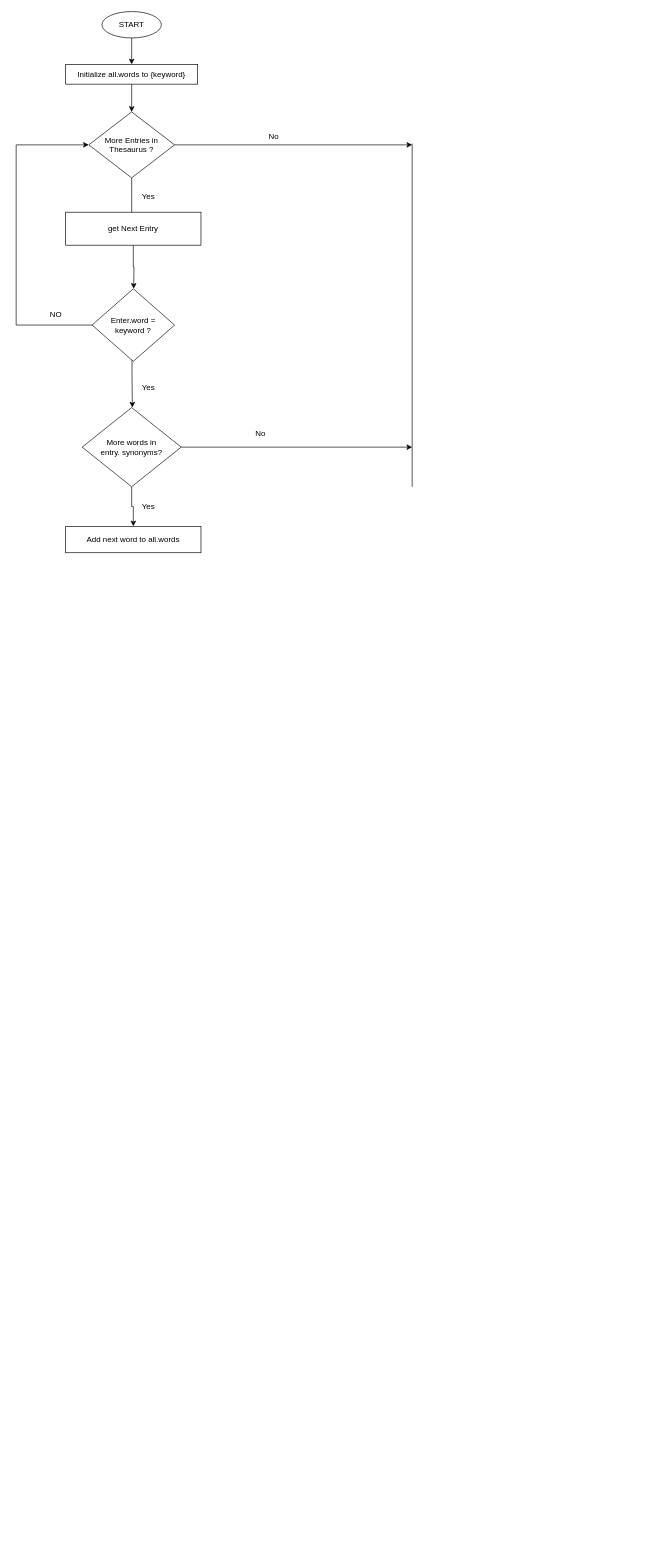
The draw.io diagram Algo.drawio in KushKD/draw_io, before the edit. Source tidied: cells renumbered, new cells numbered last; positions are measured from the earlier drawing's top-left corner, leaving out a move shared by most shapes. Both pictures are drawn from the tidied source at 66%, with x=0, y=0 at pixel (16, 11).
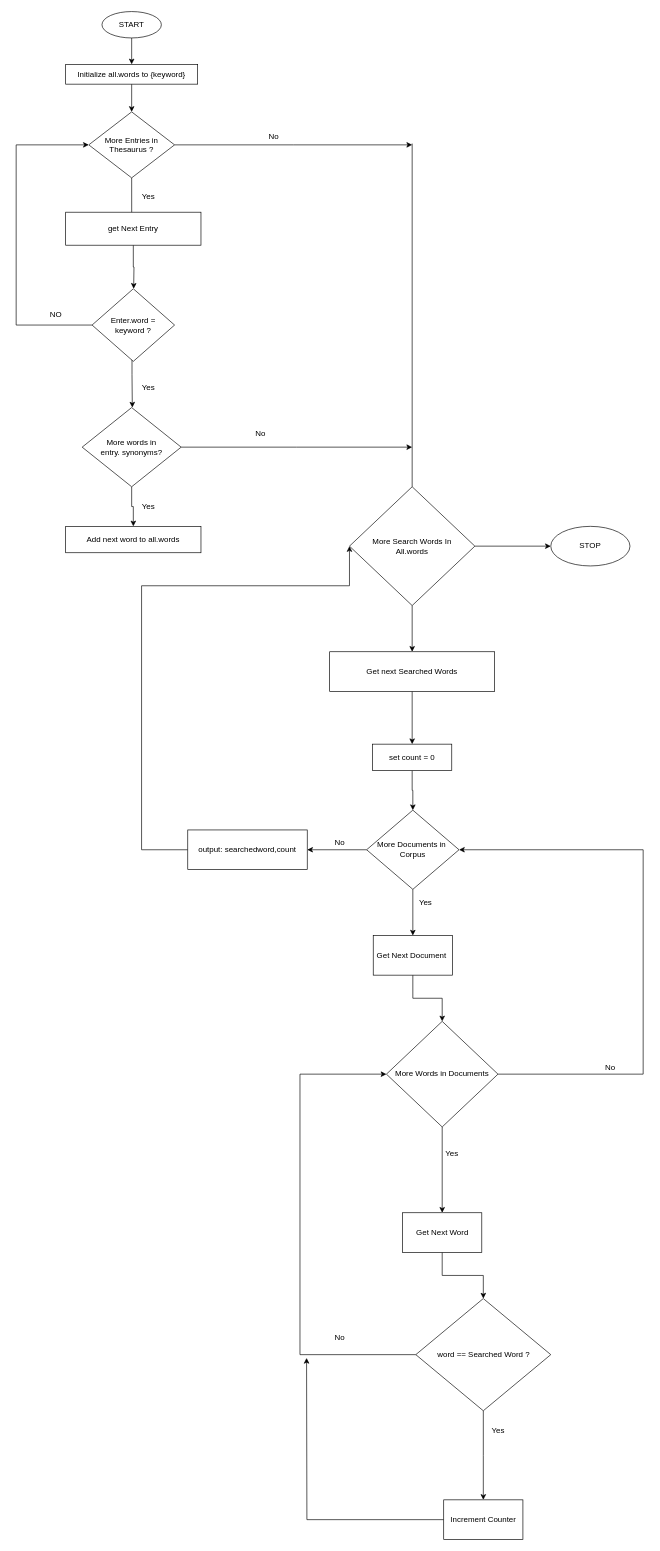
After the change.

The edit, as a diff of the source:
```diff
@@
+    <mxCell id="25" style="edgeStyle=orthogonalEdgeStyle;rounded=0;jettySize=auto;html=1;" parent="1" edge="1" source="27" target="28">
+      <mxGeometry relative="1" as="geometry" />
+    </mxCell>
+    <mxCell id="26" style="edgeStyle=orthogonalEdgeStyle;rounded=0;jettySize=auto;html=1;" parent="1" edge="1" source="27" target="30">
+      <mxGeometry relative="1" as="geometry" />
+    </mxCell>
+    <mxCell id="27" value="More Search Words In&lt;br&gt;All.words" style="rhombus;whiteSpace=wrap;html=1;" parent="1" vertex="1">
+      <mxGeometry x="505" y="720" width="190" height="180" as="geometry" />
+    </mxCell>
+    <mxCell id="28" value="STOP" style="ellipse;whiteSpace=wrap;html=1;" parent="1" vertex="1">
+      <mxGeometry x="810" y="780" width="120" height="60" as="geometry" />
+    </mxCell>
+    <mxCell id="29" style="edgeStyle=orthogonalEdgeStyle;rounded=0;jettySize=auto;html=1;" parent="1" edge="1" source="30" target="32">
+      <mxGeometry relative="1" as="geometry" />
+    </mxCell>
+    <mxCell id="30" value="Get next Searched Words" style="whiteSpace=wrap;html=1;" parent="1" vertex="1">
+      <mxGeometry x="475" y="970" width="250" height="60" as="geometry" />
+    </mxCell>
+    <mxCell id="31" style="edgeStyle=orthogonalEdgeStyle;rounded=0;jettySize=auto;html=1;" parent="1" edge="1" source="32" target="35">
+      <mxGeometry relative="1" as="geometry" />
+    </mxCell>
+    <mxCell id="32" value="set count = 0" style="whiteSpace=wrap;html=1;" parent="1" vertex="1">
+      <mxGeometry x="540" y="1110" width="120" height="40" as="geometry" />
+    </mxCell>
+    <mxCell id="33" style="edgeStyle=orthogonalEdgeStyle;rounded=0;jettySize=auto;html=1;" parent="1" edge="1" source="35" target="37">
+      <mxGeometry relative="1" as="geometry" />
+    </mxCell>
+    <mxCell id="34" style="edgeStyle=orthogonalEdgeStyle;rounded=0;jettySize=auto;html=1;" parent="1" edge="1" source="35" target="40">
+      <mxGeometry relative="1" as="geometry" />
+    </mxCell>
+    <mxCell id="35" value="More Documents in&amp;nbsp; Corpus" style="rhombus;whiteSpace=wrap;html=1;" parent="1" vertex="1">
+      <mxGeometry x="531" y="1210" width="140" height="120" as="geometry" />
+    </mxCell>
+    <mxCell id="36" style="edgeStyle=orthogonalEdgeStyle;rounded=0;jettySize=auto;html=1;entryX=0;entryY=0.5;entryDx=0;entryDy=0;" parent="1" edge="1" source="37" target="27">
+      <mxGeometry relative="1" as="geometry">
+        <Array as="points">
+          <mxPoint x="190" y="1270" />
+          <mxPoint x="190" y="870" />
+          <mxPoint x="505" y="870" />
+        </Array>
+      </mxGeometry>
+    </mxCell>
+    <mxCell id="37" value="output: searchedword,count" style="whiteSpace=wrap;html=1;" parent="1" vertex="1">
+      <mxGeometry x="260" y="1240" width="181" height="60" as="geometry" />
+    </mxCell>
+    <mxCell id="38" value="No" style="text;html=1;align=center;verticalAlign=middle;strokeColor=none;fillColor=none;" parent="1" vertex="1">
+      <mxGeometry x="475" y="1250" width="30" height="20" as="geometry" />
+    </mxCell>
+    <mxCell id="39" style="edgeStyle=orthogonalEdgeStyle;rounded=0;jettySize=auto;html=1;" parent="1" edge="1" source="40" target="44">
+      <mxGeometry relative="1" as="geometry" />
+    </mxCell>
+    <mxCell id="40" value="Get Next Document&amp;nbsp;" style="whiteSpace=wrap;html=1;" parent="1" vertex="1">
+      <mxGeometry x="541" y="1400" width="120" height="60" as="geometry" />
+    </mxCell>
+    <mxCell id="41" value="Yes" style="text;html=1;align=center;verticalAlign=middle;strokeColor=none;fillColor=none;" parent="1" vertex="1">
+      <mxGeometry x="600" y="1340" width="40" height="20" as="geometry" />
+    </mxCell>
+    <mxCell id="42" style="edgeStyle=orthogonalEdgeStyle;rounded=0;jettySize=auto;html=1;entryX=1;entryY=0.5;entryDx=0;entryDy=0;" parent="1" edge="1" source="44" target="35">
+      <mxGeometry relative="1" as="geometry">
+        <Array as="points">
+          <mxPoint x="950" y="1610" />
+          <mxPoint x="950" y="1270" />
+        </Array>
+      </mxGeometry>
+    </mxCell>
+    <mxCell id="43" style="edgeStyle=orthogonalEdgeStyle;rounded=0;jettySize=auto;html=1;" parent="1" edge="1" source="44" target="47">
+      <mxGeometry relative="1" as="geometry" />
+    </mxCell>
+    <mxCell id="44" value="More Words in Documents" style="rhombus;whiteSpace=wrap;html=1;" parent="1" vertex="1">
+      <mxGeometry x="561" y="1530" width="169" height="160" as="geometry" />
+    </mxCell>
+    <mxCell id="45" value="No" style="text;html=1;align=center;verticalAlign=middle;strokeColor=none;fillColor=none;" parent="1" vertex="1">
+      <mxGeometry x="885" y="1590" width="30" height="20" as="geometry" />
+    </mxCell>
+    <mxCell id="46" style="edgeStyle=orthogonalEdgeStyle;rounded=0;jettySize=auto;html=1;" parent="1" edge="1" source="47" target="51">
+      <mxGeometry relative="1" as="geometry" />
+    </mxCell>
+    <mxCell id="47" value="Get Next Word" style="whiteSpace=wrap;html=1;" parent="1" vertex="1">
+      <mxGeometry x="585.5" y="1820" width="120" height="60" as="geometry" />
+    </mxCell>
+    <mxCell id="48" value="Yes&lt;br&gt;" style="text;html=1;align=center;verticalAlign=middle;strokeColor=none;fillColor=none;" parent="1" vertex="1">
+      <mxGeometry x="640" y="1720" width="40" height="20" as="geometry" />
+    </mxCell>
+    <mxCell id="49" style="edgeStyle=orthogonalEdgeStyle;rounded=0;jettySize=auto;html=1;" parent="1" edge="1" source="51" target="53">
+      <mxGeometry relative="1" as="geometry" />
+    </mxCell>
+    <mxCell id="50" style="edgeStyle=orthogonalEdgeStyle;rounded=0;jettySize=auto;html=1;entryX=0;entryY=0.5;entryDx=0;entryDy=0;" parent="1" edge="1" source="51" target="44">
+      <mxGeometry relative="1" as="geometry">
+        <Array as="points">
+          <mxPoint x="430" y="2035" />
+          <mxPoint x="430" y="1610" />
+        </Array>
+      </mxGeometry>
+    </mxCell>
+    <mxCell id="51" value="word == Searched Word ?" style="rhombus;whiteSpace=wrap;html=1;" parent="1" vertex="1">
+      <mxGeometry x="605.5" y="1950" width="204.5" height="170" as="geometry" />
+    </mxCell>
+    <mxCell id="52" style="edgeStyle=orthogonalEdgeStyle;rounded=0;jettySize=auto;html=1;exitX=0;exitY=0.5;exitDx=0;exitDy=0;" parent="1" edge="1" source="53">
+      <mxGeometry relative="1" as="geometry">
+        <mxPoint x="440" y="2040" as="targetPoint" />
+      </mxGeometry>
+    </mxCell>
+    <mxCell id="53" value="Increment Counter" style="whiteSpace=wrap;html=1;" parent="1" vertex="1">
+      <mxGeometry x="647.8" y="2255" width="120" height="60" as="geometry" />
+    </mxCell>
+    <mxCell id="54" value="Yes" style="text;html=1;align=center;verticalAlign=middle;strokeColor=none;fillColor=none;" parent="1" vertex="1">
+      <mxGeometry x="710" y="2140" width="40" height="20" as="geometry" />
+    </mxCell>
+    <mxCell id="55" value="No&lt;br&gt;" style="text;html=1;align=center;verticalAlign=middle;strokeColor=none;fillColor=none;" parent="1" vertex="1">
+      <mxGeometry x="475" y="2000" width="30" height="20" as="geometry" />
+    </mxCell>
```
